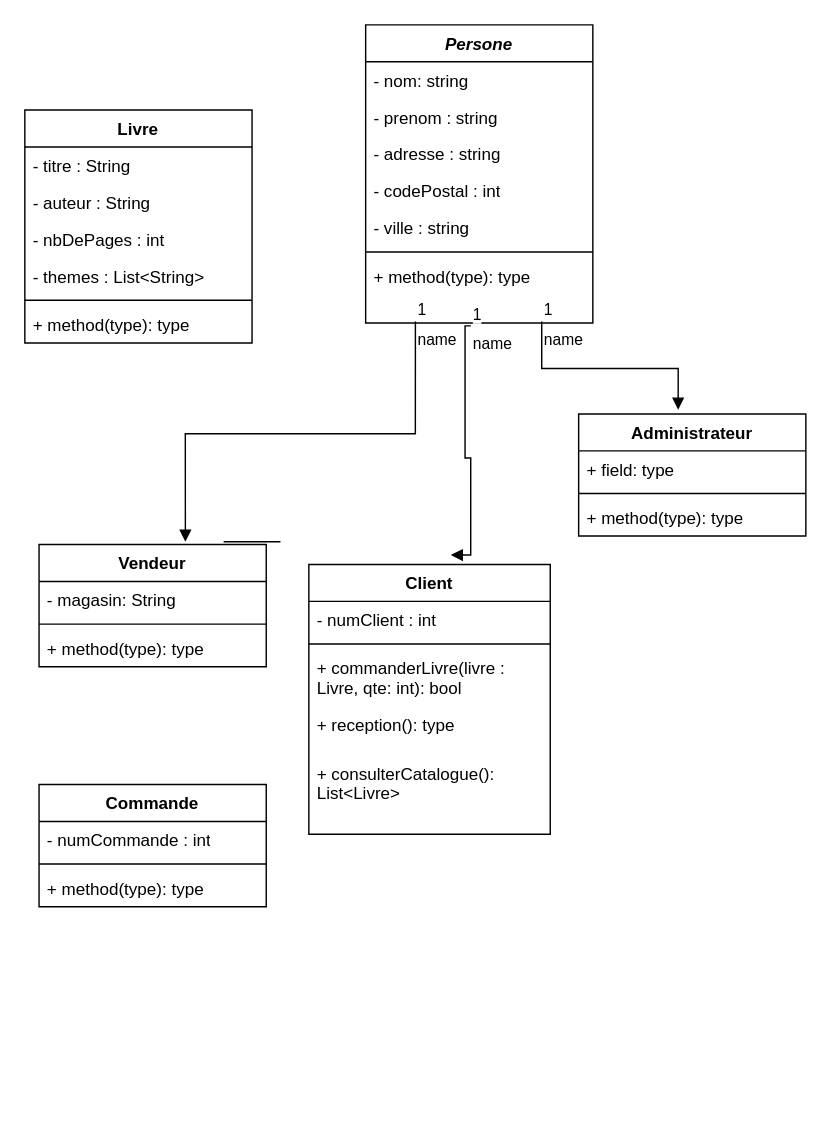
Above: diagrammedeclasse.drawio in NolhanDolou/SAE_JAVA (draw.io), before the change. Source tidied: cells renumbered, new cells numbered last; positions are measured from the earlier drawing's top-left corner, leaving out a move shared by most shapes. Both pictures are drawn from the tidied source at 142%, with x=0, y=0 at pixel (24, 24).
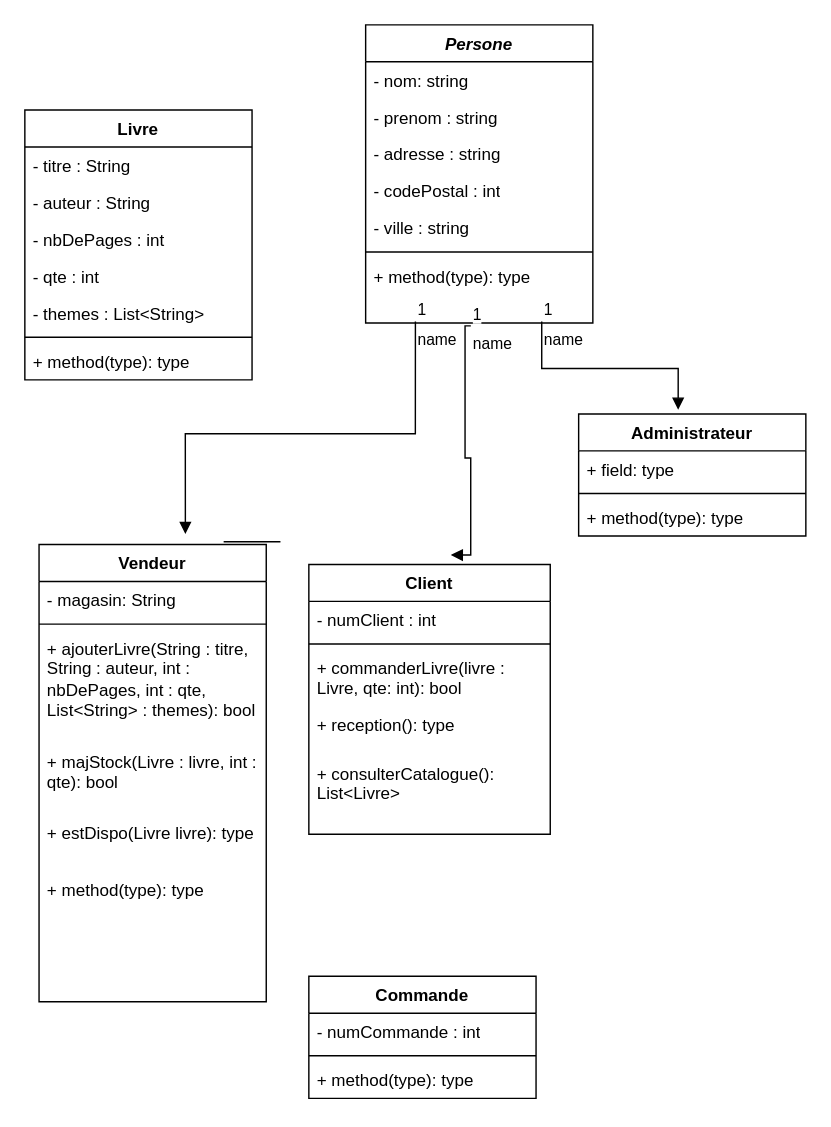
The same page after the edit.

Change to the diagram source:
```diff
@@
     <mxCell id="20" value="Vendeur" style="swimlane;fontStyle=1;align=center;verticalAlign=top;horizontal=1;startSize=26;whiteSpace=wrap;html=1;" parent="1" vertex="1">
-      <mxGeometry x="10" y="366" width="160" height="86" as="geometry" />
+      <mxGeometry x="10" y="366" width="160" height="322" as="geometry" />
     </mxCell>
@@
-    <mxCell id="23" value="+ method(type): type" style="text;strokeColor=none;fillColor=none;align=left;verticalAlign=top;spacingLeft=4;spacingRight=4;overflow=hidden;whiteSpace=wrap;html=1;" parent="20" vertex="1">
-      <mxGeometry y="60" width="160" height="26" as="geometry" />
+    <mxCell id="23" value="+ ajouterLivre(String : titre, String : auteur, int : nbDePages, int : qte, List&amp;lt;String&amp;gt; : themes): bool" style="text;strokeColor=none;fillColor=none;align=left;verticalAlign=top;spacingLeft=4;spacingRight=4;overflow=hidden;whiteSpace=wrap;html=1;" parent="20" vertex="1">
+      <mxGeometry y="60" width="160" height="80" as="geometry" />
     </mxCell>
+    <mxCell id="42" value="+ majStock(Livre : livre, int : qte): bool" style="text;strokeColor=none;fillColor=none;align=left;verticalAlign=top;spacingLeft=4;spacingRight=4;overflow=hidden;whiteSpace=wrap;html=1;" parent="20" vertex="1">
+      <mxGeometry y="140" width="160" height="50" as="geometry" />
+    </mxCell>
+    <mxCell id="43" value="+ estDispo(Livre livre): type" style="text;strokeColor=none;fillColor=none;align=left;verticalAlign=top;spacingLeft=4;spacingRight=4;overflow=hidden;whiteSpace=wrap;html=1;" parent="20" vertex="1">
+      <mxGeometry y="190" width="160" height="40" as="geometry" />
+    </mxCell>
+    <mxCell id="44" value="+ method(type): type" style="text;strokeColor=none;fillColor=none;align=left;verticalAlign=top;spacingLeft=4;spacingRight=4;overflow=hidden;whiteSpace=wrap;html=1;" parent="20" vertex="1">
+      <mxGeometry y="230" width="160" height="92" as="geometry" />
+    </mxCell>
@@
     <mxCell id="31" value="Livre" style="swimlane;fontStyle=1;align=center;verticalAlign=top;horizontal=1;startSize=26;whiteSpace=wrap;html=1;" parent="1" vertex="1">
-      <mxGeometry y="60" width="160" height="164" as="geometry" />
+      <mxGeometry y="60" width="160" height="190" as="geometry" />
     </mxCell>
@@
+    <mxCell id="45" value="- qte : int" style="text;strokeColor=none;fillColor=none;align=left;verticalAlign=top;spacingLeft=4;spacingRight=4;overflow=hidden;whiteSpace=wrap;html=1;" parent="31" vertex="1">
+      <mxGeometry y="104" width="160" height="26" as="geometry" />
+    </mxCell>
     <mxCell id="35" value="- themes : List&amp;lt;String&amp;gt;" style="text;strokeColor=none;fillColor=none;align=left;verticalAlign=top;spacingLeft=4;spacingRight=4;overflow=hidden;whiteSpace=wrap;html=1;" parent="31" vertex="1">
-      <mxGeometry y="104" width="160" height="26" as="geometry" />
+      <mxGeometry y="130" width="160" height="26" as="geometry" />
     </mxCell>
     <mxCell id="36" style="line;strokeWidth=1;fillColor=none;align=left;verticalAlign=middle;spacingTop=-1;spacingLeft=3;spacingRight=3;labelPosition=right;strokeColor=inherit;" parent="31" vertex="1">
-      <mxGeometry y="130" width="160" height="8" as="geometry" />
+      <mxGeometry y="156" width="160" height="8" as="geometry" />
     </mxCell>
     <mxCell id="37" value="+ method(type): type" style="text;strokeColor=none;fillColor=none;align=left;verticalAlign=top;spacingLeft=4;spacingRight=4;overflow=hidden;whiteSpace=wrap;html=1;" parent="31" vertex="1">
-      <mxGeometry y="138" width="160" height="26" as="geometry" />
+      <mxGeometry y="164" width="160" height="26" as="geometry" />
     </mxCell>
     <mxCell id="38" value="Commande" style="swimlane;fontStyle=1;align=center;verticalAlign=top;horizontal=1;startSize=26;whiteSpace=wrap;html=1;" parent="1" vertex="1">
-      <mxGeometry x="10" y="535" width="160" height="86" as="geometry" />
+      <mxGeometry x="200" y="670" width="160" height="86" as="geometry" />
     </mxCell>
```
